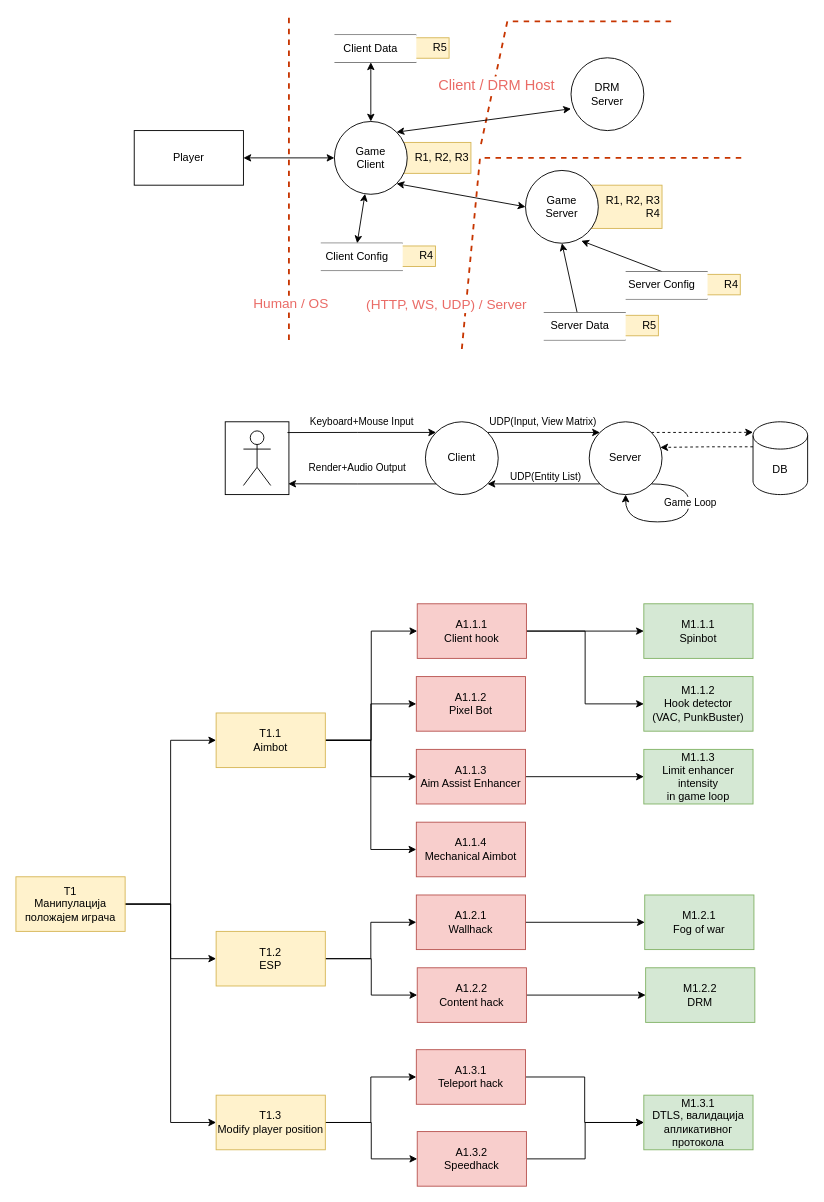
Before: fps/diagram.drawio in magley/game-threat-model, a draw.io diagram. Source tidied: cells renumbered, new cells numbered last; positions are measured from the earlier drawing's top-left corner, leaving out a move shared by most shapes. Both pictures are drawn from the tidied source at 91%, with x=0, y=0 at pixel (15, 16).
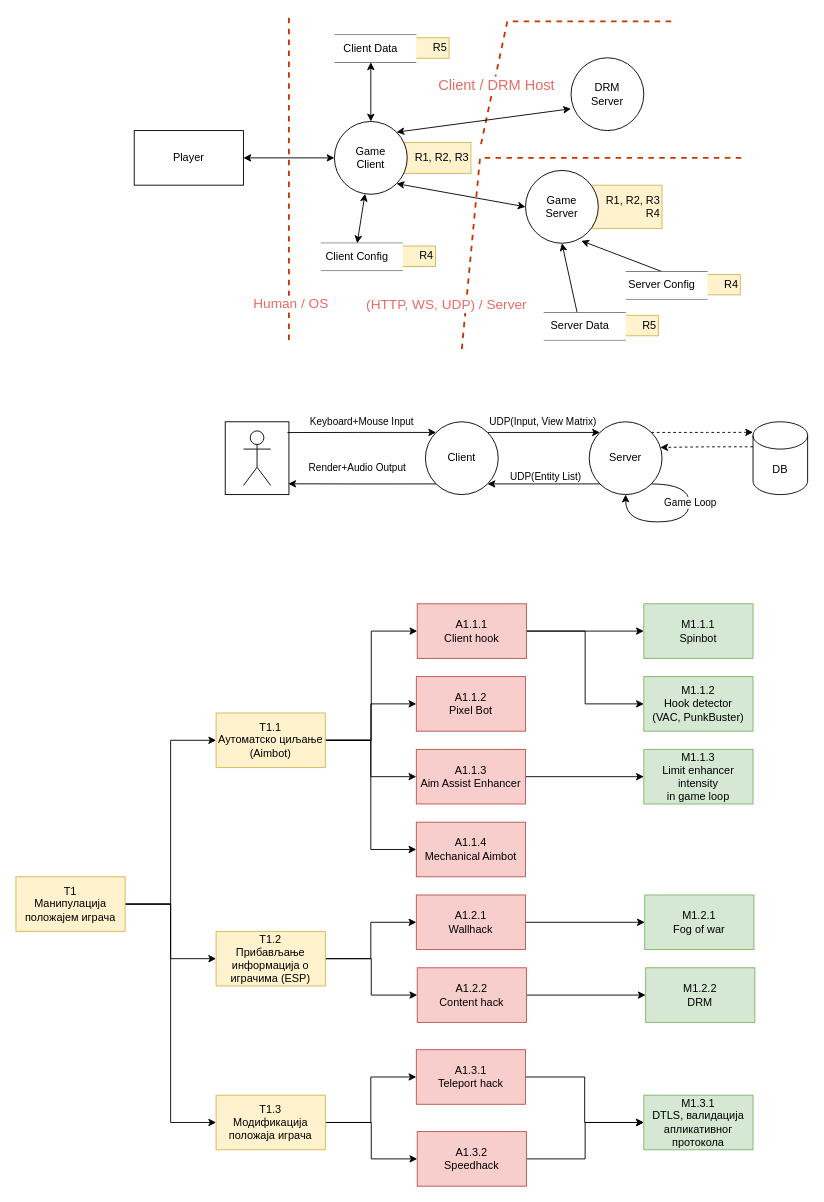
After the change.

Diff of the diagram source:
```diff
@@
-    <mxCell id="81" value="T1.1&lt;div&gt;Aimbot&lt;/div&gt;" style="rounded=0;whiteSpace=wrap;html=1;fillColor=#fff2cc;strokeColor=#d6b656;" parent="1" vertex="1">
+    <mxCell id="81" value="T1.1&lt;div&gt;Аутоматско циљање (Aimbot)&lt;/div&gt;" style="rounded=0;whiteSpace=wrap;html=1;fillColor=#fff2cc;strokeColor=#d6b656;" parent="1" vertex="1">
       <mxGeometry x="220" y="765" width="120" height="60" as="geometry" />
     </mxCell>
@@
-    <mxCell id="84" value="T1.2&lt;div&gt;ESP&lt;/div&gt;" style="rounded=0;whiteSpace=wrap;html=1;fillColor=#fff2cc;strokeColor=#d6b656;" parent="1" vertex="1">
+    <mxCell id="84" value="T1.2&lt;div&gt;Прибављање информација о играчима (ESP)&lt;/div&gt;" style="rounded=0;whiteSpace=wrap;html=1;fillColor=#fff2cc;strokeColor=#d6b656;" parent="1" vertex="1">
       <mxGeometry x="220" y="1005" width="120" height="60" as="geometry" />
     </mxCell>
@@
-    <mxCell id="87" value="T1.3&lt;div&gt;Modify player position&lt;/div&gt;" style="rounded=0;whiteSpace=wrap;html=1;fillColor=#fff2cc;strokeColor=#d6b656;" parent="1" vertex="1">
+    <mxCell id="87" value="T1.3&lt;div&gt;Модификација положаја играча&lt;/div&gt;" style="rounded=0;whiteSpace=wrap;html=1;fillColor=#fff2cc;strokeColor=#d6b656;" parent="1" vertex="1">
       <mxGeometry x="220" y="1185" width="120" height="60" as="geometry" />
     </mxCell>
```
